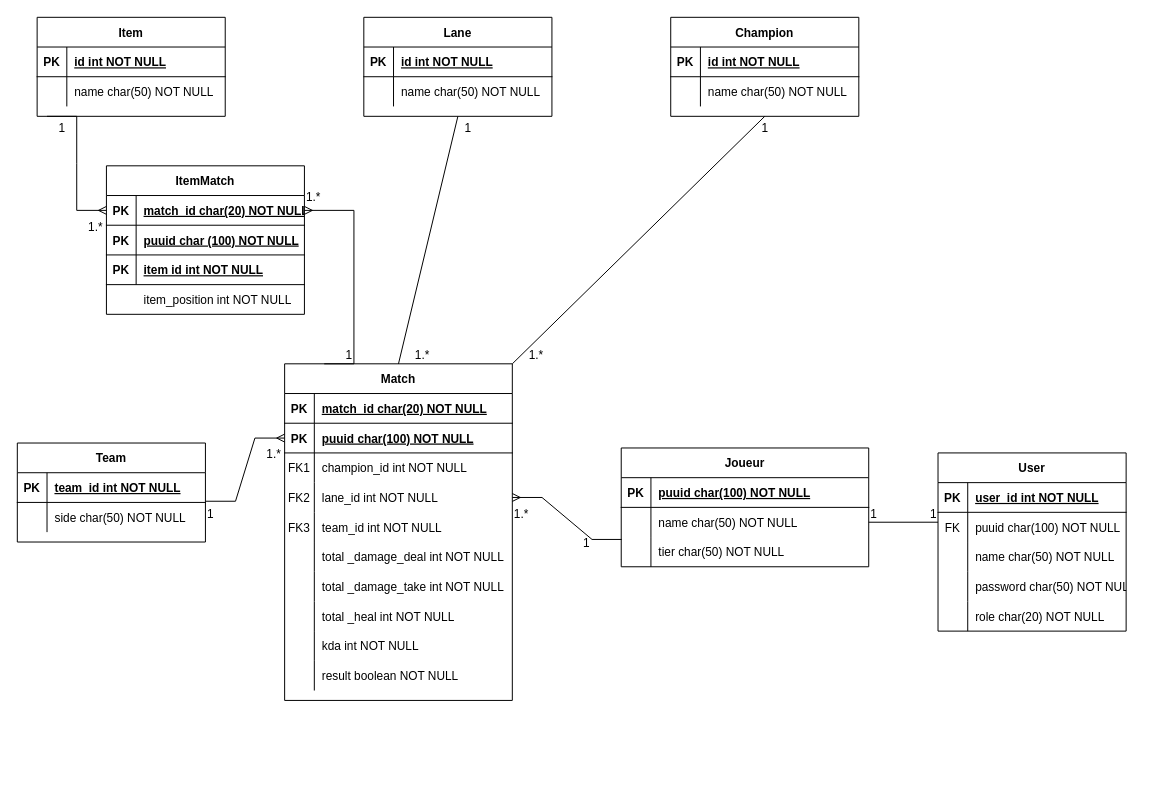
This is Image Prod/Diagramme de donnees.drawio from Niyo-D-JC/HelpWork, a draw.io file, before an edit. Source tidied: cells renumbered, new cells numbered last; positions are measured from the earlier drawing's top-left corner, leaving out a move shared by most shapes. Both pictures are drawn from the tidied source at 99%, with x=0, y=0 at pixel (17, 17).
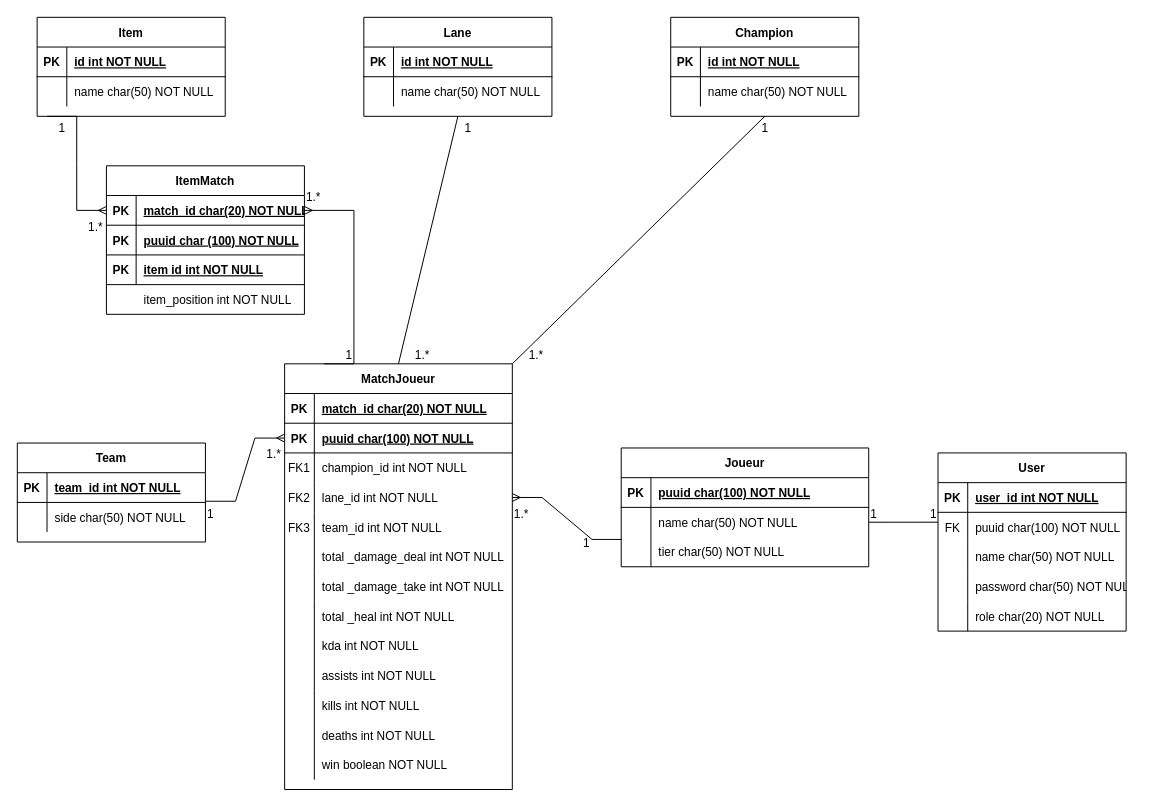
The same diagram, later.

Commit message:
Mettre à jour Diagramme de donnees.drawio

Unchanged cells that the change refers to:
```xml
<mxCell id="87" style="shape=partialRectangle;fillColor=none;top=0;left=0;right=0;bottom=0;" parent="59" vertex="1">
  <mxGeometry y="300" width="230" height="30" as="geometry" />
</mxCell>
```

What changed in the source:
```diff
@@
-    <mxCell id="59" value="Match" style="shape=table;startSize=30;childLayout=tableLayout;rowLines=0;fontStyle=1;align=center;" parent="1" vertex="1">
-      <mxGeometry x="270" y="350" width="230" height="340" as="geometry" />
+    <mxCell id="59" value="MatchJoueur" style="shape=table;startSize=30;childLayout=tableLayout;rowLines=0;fontStyle=1;align=center;" parent="1" vertex="1">
+      <mxGeometry x="270" y="350" width="230" height="430" as="geometry" />
     </mxCell>
@@
-    <mxCell id="89" value="result boolean NOT NULL" style="shape=partialRectangle;overflow=hidden;fillColor=none;top=0;left=0;bottom=0;right=0;align=left;spacingLeft=6;" parent="87" vertex="1">
+    <mxCell id="89" value="assists int NOT NULL" style="shape=partialRectangle;overflow=hidden;fillColor=none;top=0;left=0;bottom=0;right=0;align=left;spacingLeft=6;" parent="87" vertex="1">
       <mxGeometry x="30" width="200" height="30" as="geometry" />
     </mxCell>
+    <mxCell id="120" style="shape=partialRectangle;fillColor=none;top=0;left=0;right=0;bottom=0;" parent="59" vertex="1">
+      <mxGeometry y="330" width="230" height="30" as="geometry" />
+    </mxCell>
+    <mxCell id="121" style="shape=partialRectangle;overflow=hidden;fillColor=none;top=0;left=0;bottom=0;right=0;" parent="120" vertex="1">
+      <mxGeometry width="30" height="30" as="geometry" />
+    </mxCell>
+    <mxCell id="122" value="kills int NOT NULL" style="shape=partialRectangle;overflow=hidden;fillColor=none;top=0;left=0;bottom=0;right=0;align=left;spacingLeft=6;" parent="120" vertex="1">
+      <mxGeometry x="30" width="200" height="30" as="geometry" />
+    </mxCell>
+    <mxCell id="123" style="shape=partialRectangle;fillColor=none;top=0;left=0;right=0;bottom=0;" parent="59" vertex="1">
+      <mxGeometry y="360" width="230" height="30" as="geometry" />
+    </mxCell>
+    <mxCell id="124" style="shape=partialRectangle;overflow=hidden;fillColor=none;top=0;left=0;bottom=0;right=0;" parent="123" vertex="1">
+      <mxGeometry width="30" height="30" as="geometry" />
+    </mxCell>
+    <mxCell id="125" value="deaths int NOT NULL" style="shape=partialRectangle;overflow=hidden;fillColor=none;top=0;left=0;bottom=0;right=0;align=left;spacingLeft=6;" parent="123" vertex="1">
+      <mxGeometry x="30" width="200" height="30" as="geometry" />
+    </mxCell>
+    <mxCell id="126" style="shape=partialRectangle;fillColor=none;top=0;left=0;right=0;bottom=0;" parent="59" vertex="1">
+      <mxGeometry y="390" width="230" height="30" as="geometry" />
+    </mxCell>
+    <mxCell id="127" style="shape=partialRectangle;overflow=hidden;fillColor=none;top=0;left=0;bottom=0;right=0;" parent="126" vertex="1">
+      <mxGeometry width="30" height="30" as="geometry" />
+    </mxCell>
+    <mxCell id="128" value="win boolean NOT NULL" style="shape=partialRectangle;overflow=hidden;fillColor=none;top=0;left=0;bottom=0;right=0;align=left;spacingLeft=6;" parent="126" vertex="1">
+      <mxGeometry x="30" width="200" height="30" as="geometry" />
+    </mxCell>
```
